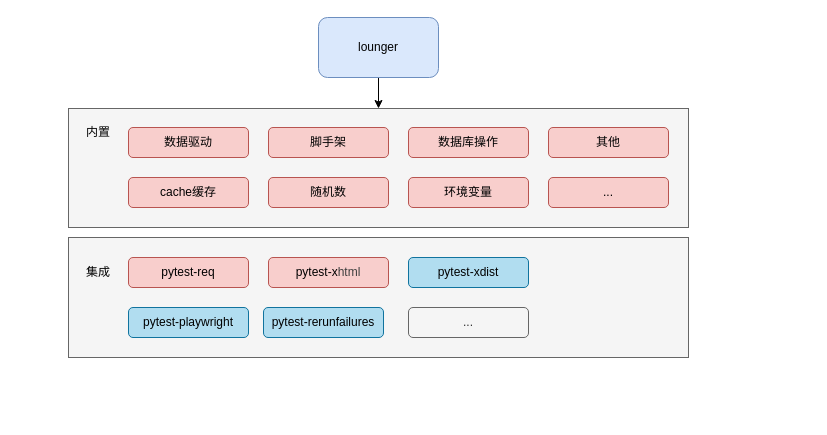
Above: images/framework.drawio in henryhu88/lounger (draw.io), before the change. Source tidied: cells renumbered, new cells numbered last; positions are measured from the earlier drawing's top-left corner, leaving out a move shared by most shapes. Both pictures are drawn from the tidied source at 100%, with x=0, y=0 at pixel (68, 17).
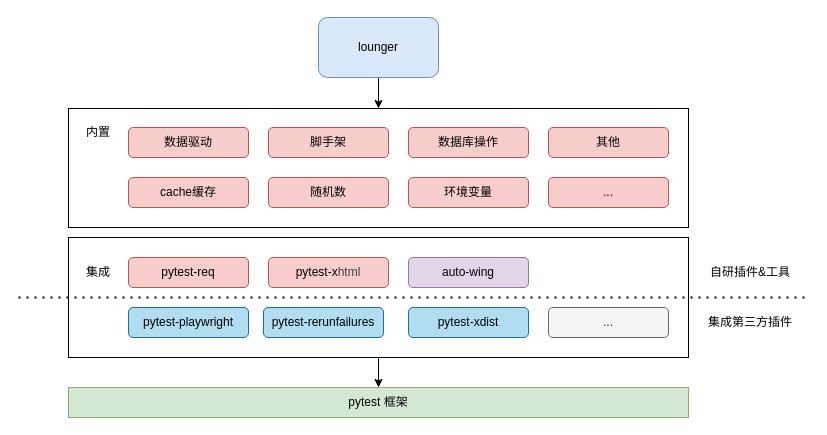
Above is the later version.

What changed in the source:
```diff
@@
+    <mxCell id="22" style="edgeStyle=none;html=1;" parent="1" edge="1" source="2" target="26">
+      <mxGeometry relative="1" as="geometry" />
+    </mxCell>
-    <mxCell id="2" style="rounded=0;whiteSpace=wrap;html=1;fillColor=#f5f5f5;fontColor=#333333;strokeColor=#666666;" parent="1" vertex="1">
+    <mxCell id="2" style="rounded=0;whiteSpace=wrap;html=1;" parent="1" vertex="1">
       <mxGeometry y="220" width="620" height="120" as="geometry" />
     </mxCell>
-    <mxCell id="3" style="rounded=0;whiteSpace=wrap;html=1;fillColor=#f5f5f5;fontColor=#333333;strokeColor=#666666;" parent="1" vertex="1">
+    <mxCell id="3" style="rounded=0;whiteSpace=wrap;html=1;" parent="1" vertex="1">
       <mxGeometry y="91" width="620" height="119" as="geometry" />
     </mxCell>
@@
-    <mxCell id="15" value="pytest-xdist" style="rounded=1;whiteSpace=wrap;html=1;fillColor=#b1ddf0;strokeColor=#10739e;" parent="1" vertex="1">
+    <mxCell id="15" value="auto-wing" style="rounded=1;whiteSpace=wrap;html=1;fillColor=#e1d5e7;strokeColor=#9673a6;" parent="1" vertex="1">
       <mxGeometry x="340" y="240" width="120" height="30" as="geometry" />
     </mxCell>
@@
     <mxCell id="21" value="..." style="rounded=1;whiteSpace=wrap;html=1;fillColor=#f5f5f5;strokeColor=#666666;fontColor=#333333;" parent="1" vertex="1">
-      <mxGeometry x="340" y="290" width="120" height="30" as="geometry" />
+      <mxGeometry x="480" y="290" width="120" height="30" as="geometry" />
     </mxCell>
+    <mxCell id="23" value="pytest-xdist" style="rounded=1;whiteSpace=wrap;html=1;fillColor=#b1ddf0;strokeColor=#10739e;" parent="1" vertex="1">
+      <mxGeometry x="340" y="290" width="120" height="30" as="geometry" />
+    </mxCell>
+    <mxCell id="24" value="自研插件&amp;amp;工具" style="text;html=1;align=center;verticalAlign=middle;whiteSpace=wrap;rounded=0;" parent="1" vertex="1">
+      <mxGeometry x="637" y="240" width="90" height="30" as="geometry" />
+    </mxCell>
+    <mxCell id="25" value="集成第三方插件" style="text;html=1;align=center;verticalAlign=middle;whiteSpace=wrap;rounded=0;" parent="1" vertex="1">
+      <mxGeometry x="637" y="290" width="90" height="30" as="geometry" />
+    </mxCell>
+    <mxCell id="26" value="pytest 框架" style="rounded=0;whiteSpace=wrap;html=1;fillColor=#d5e8d4;strokeColor=#82b366;" parent="1" vertex="1">
+      <mxGeometry y="370" width="620" height="30" as="geometry" />
+    </mxCell>
+    <mxCell id="27" style="endArrow=none;dashed=1;html=1;dashPattern=1 3;strokeWidth=2;" parent="1" edge="1">
+      <mxGeometry relative="1" as="geometry">
+        <mxPoint x="-50" y="280" as="sourcePoint" />
+        <mxPoint x="740" y="280" as="targetPoint" />
+      </mxGeometry>
+    </mxCell>
```
